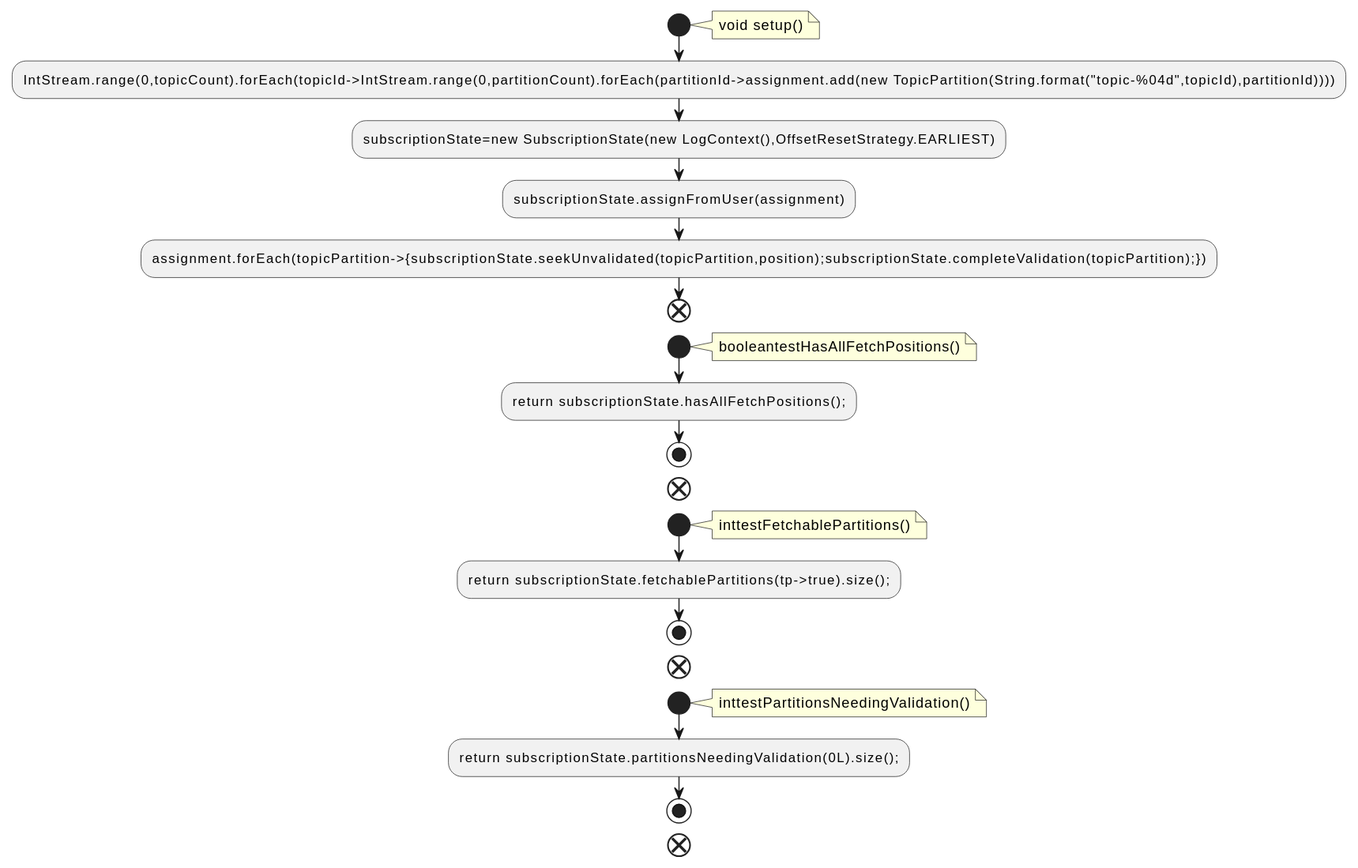
Before: docs/qc/jmh-benchmarks/src/main/java/org/apache/kafka/jmh/consumer/SubscriptionStateBenchmark.java.fct.svg, a diagram exported from PlantUML (qualitesys/kafka). The source it was exported from:
```plantuml
@startuml
!pragma layout smetana
start
note right
void setup()
end note
:IntStream.range(0,topicCount).forEach(topicId->IntStream.range(0,partitionCount).forEach(partitionId->assignment.add(new TopicPartition(String.format("topic-%04d",topicId),partitionId))));
:subscriptionState=new SubscriptionState(new LogContext(),OffsetResetStrategy.EARLIEST);
:subscriptionState.assignFromUser(assignment);
:assignment.forEach(topicPartition->{subscriptionState.seekUnvalidated(topicPartition,position);subscriptionState.completeValidation(topicPartition);});
end
start
note right
booleantestHasAllFetchPositions()
end note
:return subscriptionState.hasAllFetchPositions();;
stop
end
start
note right
inttestFetchablePartitions()
end note
:return subscriptionState.fetchablePartitions(tp->true).size();;
stop
end
start
note right
inttestPartitionsNeedingValidation()
end note
:return subscriptionState.partitionsNeedingValidation(0L).size();;
stop
end
@enduml
```
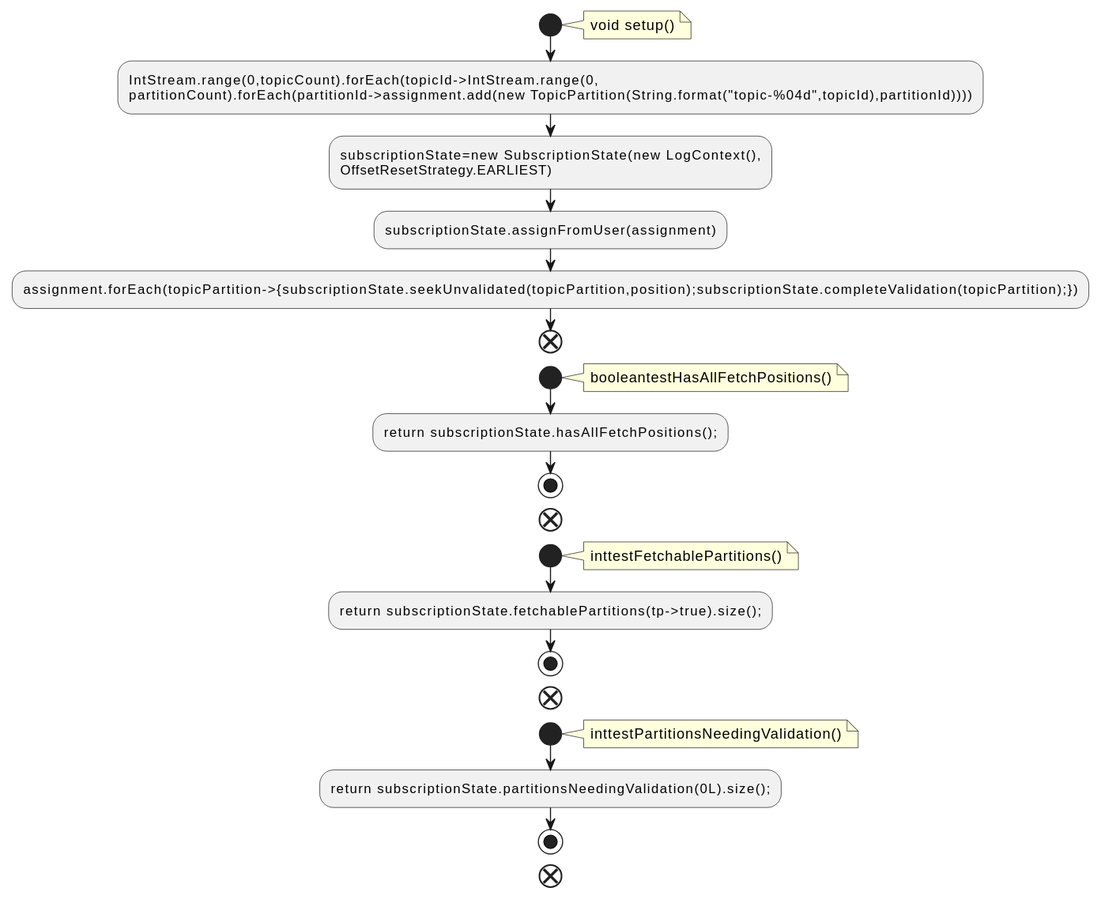
After the change.

The edit, as a diff of the source:
```diff
@@ -4,8 +4,10 @@
 note right
 void setup()
 end note
-:IntStream.range(0,topicCount).forEach(topicId->IntStream.range(0,partitionCount).forEach(partitionId->assignment.add(new TopicPartition(String.format("topic-%04d",topicId),partitionId))));
-:subscriptionState=new SubscriptionState(new LogContext(),OffsetResetStrategy.EARLIEST);
+:IntStream.range(0,topicCount).forEach(topicId->IntStream.range(0,
+partitionCount).forEach(partitionId->assignment.add(new TopicPartition(String.format("topic-%04d",topicId),partitionId))));
+:subscriptionState=new SubscriptionState(new LogContext(),
+OffsetResetStrategy.EARLIEST);
 :subscriptionState.assignFromUser(assignment);
 :assignment.forEach(topicPartition->{subscriptionState.seekUnvalidated(topicPartition,position);subscriptionState.completeValidation(topicPartition);});
 end
```
